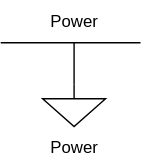
cd-public/hw_asm keeps this draw.io diagram as drawio/11_power_ground.drawio.svg. Above is the earlier version. Source tidied: cells renumbered, new cells last; positions are measured from the earlier drawing's top-left corner, leaving out a move shared by most shapes. Source of this version:
```xml
<mxGraphModel>
  <root>
    <mxCell id="0" />
    <mxCell id="1" parent="0" />
    <mxCell id="2" style="endArrow=none;html=1;rounded=0;defaultLabelBackgroundColor=gap;" parent="1" edge="1">
      <mxGeometry relative="1" as="geometry">
        <mxPoint y="30" as="sourcePoint" />
        <mxPoint x="100" y="30" as="targetPoint" />
      </mxGeometry>
    </mxCell>
    <mxCell id="3" style="verticalLabelPosition=bottom;shadow=0;dashed=0;align=center;html=1;verticalAlign=top;shape=mxgraph.electrical.signal_sources.signal_ground;labelPerimeter=1;" parent="1" vertex="1">
      <mxGeometry x="30" y="60" width="45" height="30" as="geometry" />
    </mxCell>
    <mxCell id="4" style="endArrow=none;html=1;rounded=0;defaultLabelBackgroundColor=gap;exitX=0.5;exitY=0;exitDx=0;exitDy=0;exitPerimeter=0;" parent="1" edge="1" source="3">
      <mxGeometry relative="1" as="geometry">
        <mxPoint x="52.5" y="30" as="targetPoint" />
      </mxGeometry>
    </mxCell>
    <mxCell id="5" value="&lt;div&gt;Power&lt;/div&gt;" style="text;html=1;whiteSpace=wrap;strokeColor=none;fillColor=none;align=center;verticalAlign=middle;rounded=0;" parent="1" vertex="1">
      <mxGeometry x="22.5" width="60" height="30" as="geometry" />
    </mxCell>
    <mxCell id="6" value="&lt;div&gt;Power&lt;/div&gt;" style="text;html=1;whiteSpace=wrap;strokeColor=none;fillColor=none;align=center;verticalAlign=middle;rounded=0;" parent="1" vertex="1">
      <mxGeometry x="22.5" y="90" width="60" height="30" as="geometry" />
    </mxCell>
  </root>
</mxGraphModel>
```
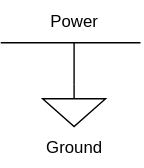
Above is the later version.

Diff of the diagram source:
```diff
@@ -19,7 +19,7 @@
     <mxCell id="5" value="&lt;div&gt;Power&lt;/div&gt;" style="text;html=1;whiteSpace=wrap;strokeColor=none;fillColor=none;align=center;verticalAlign=middle;rounded=0;" parent="1" vertex="1">
       <mxGeometry x="22.5" width="60" height="30" as="geometry" />
     </mxCell>
-    <mxCell id="6" value="&lt;div&gt;Power&lt;/div&gt;" style="text;html=1;whiteSpace=wrap;strokeColor=none;fillColor=none;align=center;verticalAlign=middle;rounded=0;" parent="1" vertex="1">
+    <mxCell id="6" value="&lt;div&gt;Ground&lt;/div&gt;" style="text;html=1;whiteSpace=wrap;strokeColor=none;fillColor=none;align=center;verticalAlign=middle;rounded=0;" parent="1" vertex="1">
       <mxGeometry x="22.5" y="90" width="60" height="30" as="geometry" />
     </mxCell>
   </root>
```
